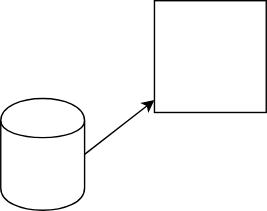
The draw.io diagram testDiagram.svg in episphere/doc, before a commit. Source tidied: cells renumbered, new cells last; positions are measured from the earlier drawing's top-left corner, leaving out a move shared by most shapes. Source of this version:
```xml
<mxGraphModel>
  <root>
    <mxCell id="0" />
    <mxCell id="1" parent="0" />
    <mxCell id="2" style="whiteSpace=wrap;html=1;" parent="1" vertex="1">
      <mxGeometry x="110" width="80" height="80" as="geometry" />
    </mxCell>
    <mxCell id="3" style="shape=cylinder;whiteSpace=wrap;html=1;boundedLbl=1;backgroundOutline=1;" parent="1" vertex="1">
      <mxGeometry y="70" width="60" height="80" as="geometry" />
    </mxCell>
    <mxCell id="4" style="endArrow=classic;html=1;exitX=1;exitY=0.5;exitDx=0;exitDy=0;" parent="1" edge="1" source="3" target="2">
      <mxGeometry relative="1" as="geometry" />
    </mxCell>
  </root>
</mxGraphModel>
```
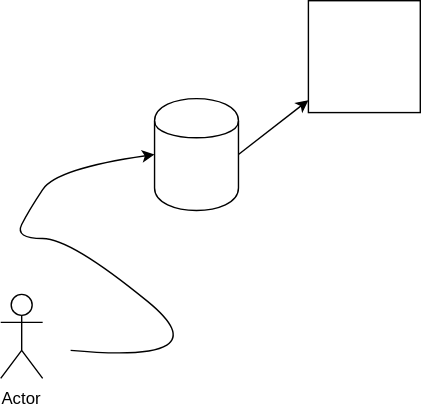
Later version of the same file.

The edit, as a diff of the source:
```diff
@@ -11,5 +11,20 @@
     <mxCell id="4" style="endArrow=classic;html=1;exitX=1;exitY=0.5;exitDx=0;exitDy=0;" parent="1" edge="1" source="3" target="2">
       <mxGeometry relative="1" as="geometry" />
     </mxCell>
+    <mxCell id="5" value="Actor" style="shape=umlActor;verticalLabelPosition=bottom;labelBackgroundColor=#ffffff;verticalAlign=top;html=1;" parent="1" vertex="1">
+      <mxGeometry x="-110" y="210" width="30" height="60" as="geometry" />
+    </mxCell>
+    <mxCell id="6" style="curved=1;endArrow=classic;html=1;entryX=0;entryY=0.5;entryDx=0;entryDy=0;" parent="1" edge="1" target="3">
+      <mxGeometry relative="1" as="geometry">
+        <mxPoint x="-60" y="250" as="sourcePoint" />
+        <Array as="points">
+          <mxPoint x="50" y="260" />
+          <mxPoint x="-60" y="170" />
+          <mxPoint x="-100" y="170" />
+          <mxPoint x="-90" y="150" />
+          <mxPoint x="-70" y="120" />
+        </Array>
+      </mxGeometry>
+    </mxCell>
   </root>
 </mxGraphModel>
```
